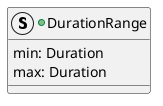
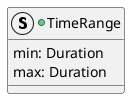
@startuml

- +struct DurationRange
+ +struct TimeRange
{
    min: Duration
    max: Duration
}

@enduml
